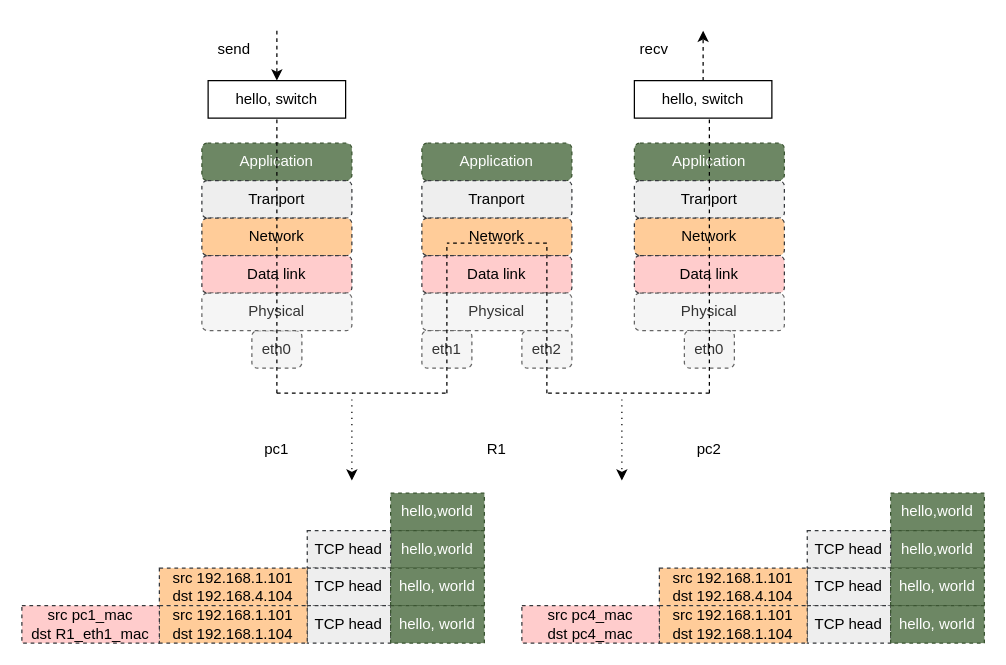
Before: page "router-packet-stream" (6 of 12) of network_trainning.drawio in garryfan2013/network_trainning, a draw.io diagram. Source tidied: cells renumbered, new cells numbered last; positions are measured from the earlier drawing's top-left corner, leaving out a move shared by most shapes. Both pictures are drawn from the tidied source at 125%, with x=0, y=0 at pixel (21, 30).
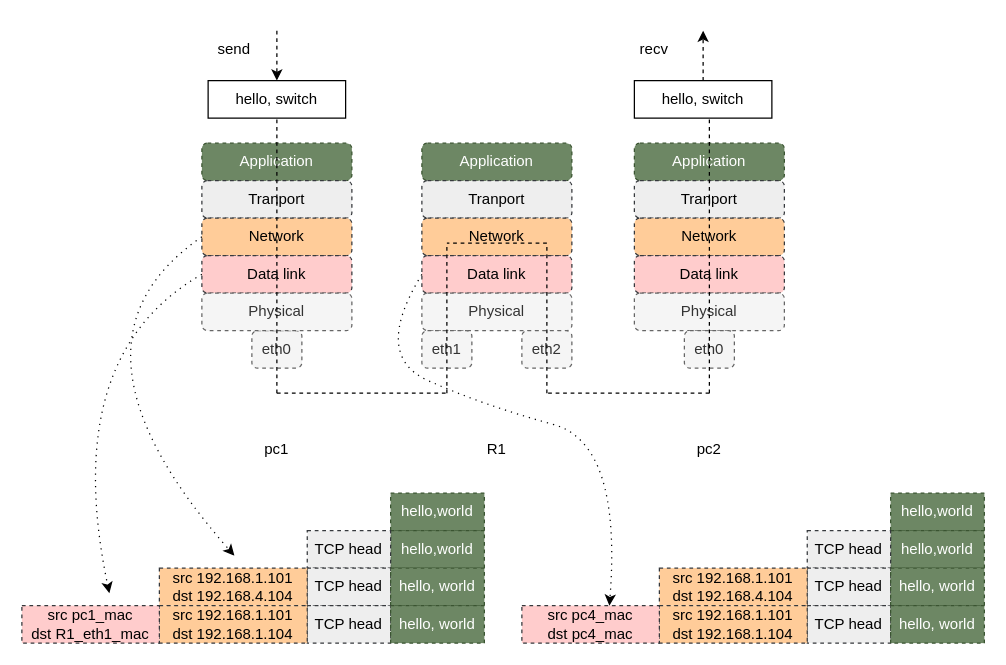
Above is the later version.

Commit message:
router packet stream add indicator

The change refers to these unchanged cells:
```xml
<mxCell id="6" value="Network" style="rounded=1;whiteSpace=wrap;html=1;dashed=1;strokeColor=#36393d;fillColor=#ffcc99;" parent="3" vertex="1">
  <mxGeometry y="60" width="120" height="30" as="geometry" />
</mxCell>
<mxCell id="7" value="Data link" style="rounded=1;whiteSpace=wrap;html=1;dashed=1;strokeColor=#36393d;fillColor=#ffcccc;" parent="3" vertex="1">
  <mxGeometry y="90" width="120" height="30" as="geometry" />
</mxCell>
<mxCell id="13" value="Data link" style="rounded=1;whiteSpace=wrap;html=1;dashed=1;strokeColor=#36393d;fillColor=#ffcccc;" parent="9" vertex="1">
  <mxGeometry y="90" width="120" height="30" as="geometry" />
</mxCell>
```

The edit, as a diff of the source:
```diff
@@
-    <mxCell id="62" style="endArrow=classic;html=1;rounded=0;dashed=1;dashPattern=1 4;curved=1;" parent="1" edge="1">
+    <mxCell id="62" style="endArrow=classic;html=1;rounded=0;dashed=1;dashPattern=1 4;curved=1;exitX=0;exitY=0.5;exitDx=0;exitDy=0;" parent="1" edge="1" source="6">
       <mxGeometry relative="1" as="geometry">
-        <mxPoint x="264" y="295" as="sourcePoint" />
-        <mxPoint x="264" y="360" as="targetPoint" />
+        <mxPoint x="170" y="420" as="targetPoint" />
         <Array as="points">
-          <mxPoint x="264" y="315" />
+          <mxPoint x="20" y="250" />
         </Array>
       </mxGeometry>
     </mxCell>
-    <mxCell id="63" style="endArrow=classic;html=1;rounded=0;dashed=1;dashPattern=1 4;curved=1;" parent="1" edge="1">
+    <mxCell id="63" style="endArrow=classic;html=1;rounded=0;dashed=1;dashPattern=1 4;curved=1;exitX=0;exitY=0.5;exitDx=0;exitDy=0;" parent="1" edge="1" source="13">
       <mxGeometry relative="1" as="geometry">
-        <mxPoint x="480" y="295" as="sourcePoint" />
-        <mxPoint x="480" y="360" as="targetPoint" />
+        <mxPoint x="470" y="460" as="targetPoint" />
         <Array as="points">
-          <mxPoint x="480" y="315" />
+          <mxPoint x="280" y="260" />
+          <mxPoint x="370" y="300" />
+          <mxPoint x="480" y="330" />
         </Array>
       </mxGeometry>
     </mxCell>
+    <mxCell id="64" style="endArrow=classic;html=1;rounded=0;dashed=1;dashPattern=1 4;curved=1;exitX=0;exitY=0.5;exitDx=0;exitDy=0;" parent="1" edge="1" source="7">
+      <mxGeometry relative="1" as="geometry">
+        <mxPoint x="70" y="450" as="targetPoint" />
+        <Array as="points">
+          <mxPoint x="30" y="260" />
+        </Array>
+      </mxGeometry>
+    </mxCell>
```
